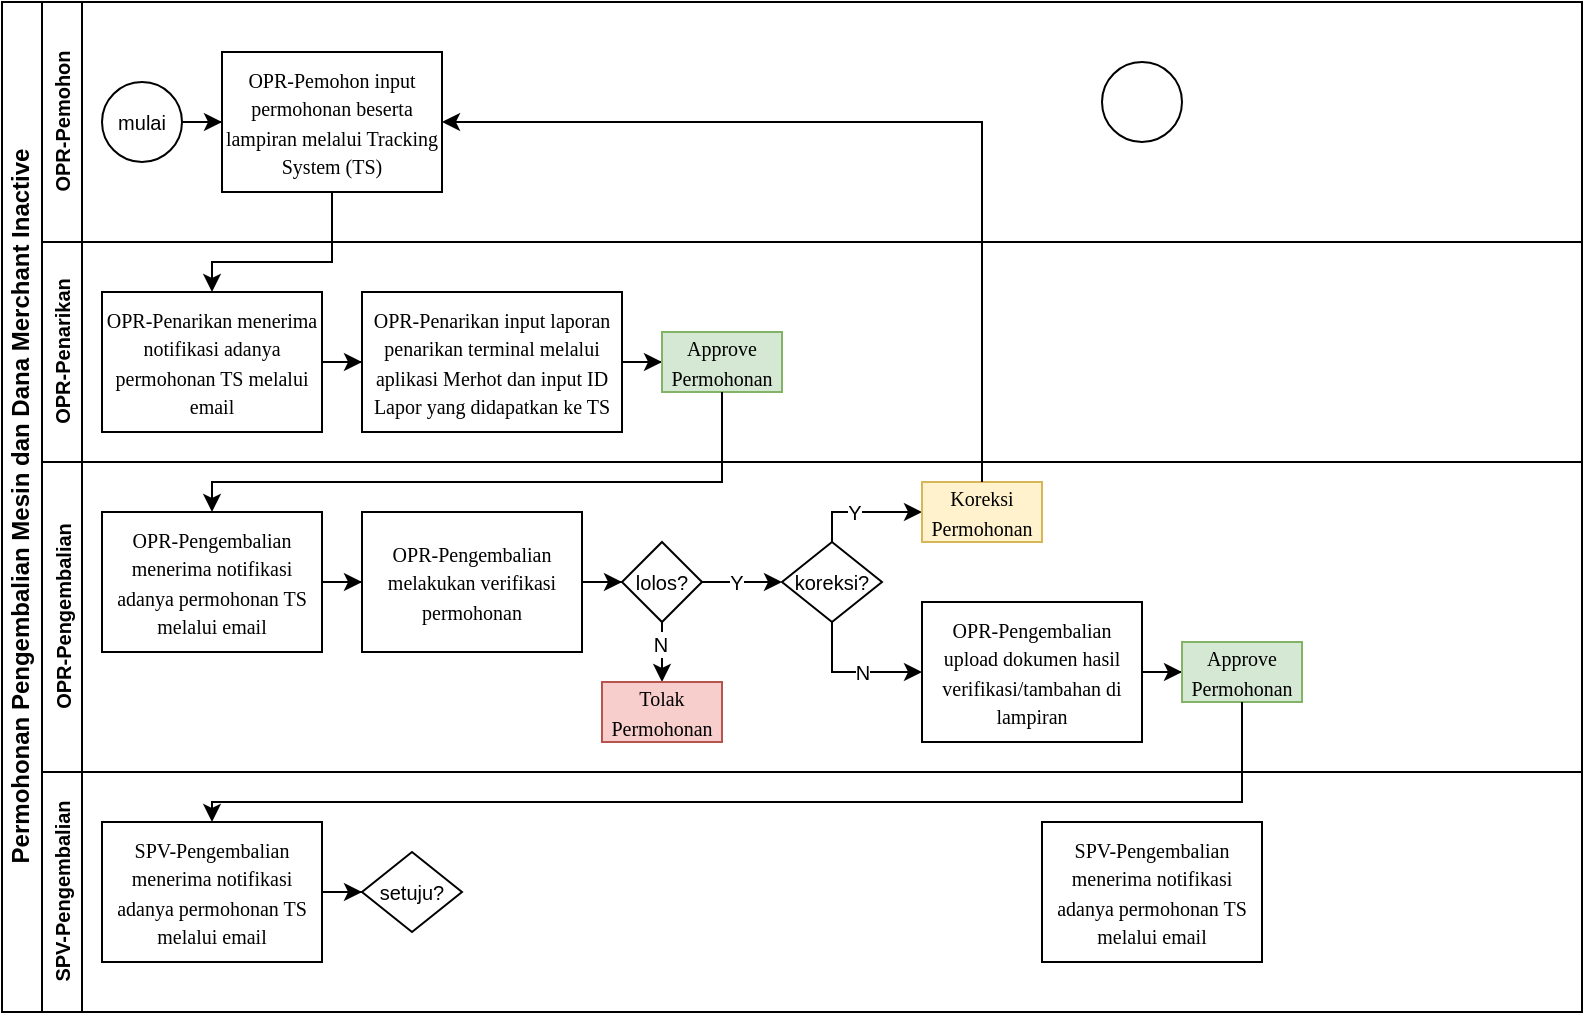
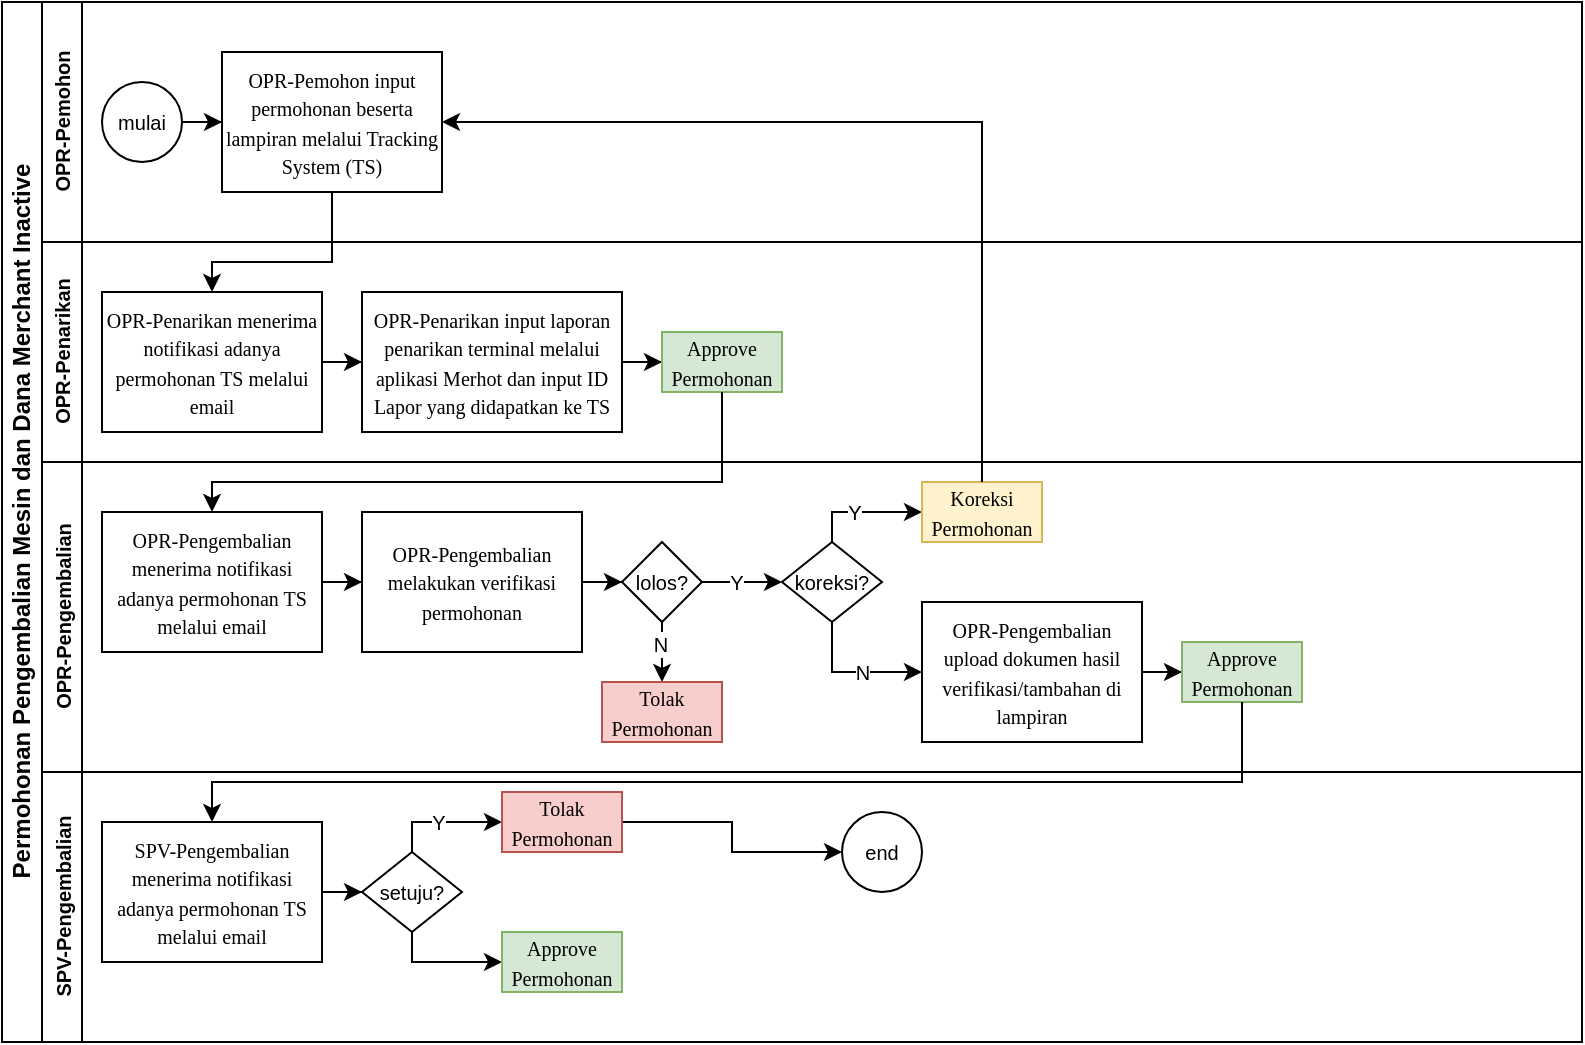
<mxfile host="app.diagrams.net" agent="Mozilla/5.0 (Windows NT 10.0; Win64; x64) AppleWebKit/537.36 (KHTML, like Gecko) Chrome/126.0.0.0 Safari/537.36" version="29.5.4">
  <diagram id="prtHgNgQTEPvFCAcTncT" name="Page-1">
-     <mxGraphModel dx="683" dy="432" grid="1" gridSize="10" guides="1" tooltips="1" connect="1" arrows="1" fold="1" page="1" pageScale="1" pageWidth="827" pageHeight="1169" math="0" shadow="0">
+     <mxGraphModel dx="291" dy="184" grid="1" gridSize="10" guides="1" tooltips="1" connect="1" arrows="1" fold="1" page="1" pageScale="1" pageWidth="827" pageHeight="1169" math="0" shadow="0">
      <root>
        <mxCell id="0" />
        <mxCell id="1" parent="0" />
        <mxCell id="dNxyNK7c78bLwvsdeMH5-19" parent="1" style="swimlane;html=1;childLayout=stackLayout;resizeParent=1;resizeParentMax=0;horizontal=0;startSize=20;horizontalStack=0;" value="Permohonan Pengembalian Mesin dan Dana Merchant Inactive" vertex="1">
-           <mxGeometry height="505" width="790" x="120" y="120" as="geometry" />
+           <mxGeometry height="520" width="790" x="120" y="120" as="geometry" />
        </mxCell>
        <mxCell id="dNxyNK7c78bLwvsdeMH5-20" parent="dNxyNK7c78bLwvsdeMH5-19" style="swimlane;html=1;startSize=20;horizontal=0;" value="&lt;font style=&quot;font-size: 10px;&quot;&gt;OPR-Pemohon&lt;/font&gt;" vertex="1">
          <mxGeometry height="120" width="770" x="20" as="geometry" />
        </mxCell>
        <mxCell id="dNxyNK7c78bLwvsdeMH5-25" edge="1" parent="dNxyNK7c78bLwvsdeMH5-20" source="dNxyNK7c78bLwvsdeMH5-23" style="edgeStyle=orthogonalEdgeStyle;rounded=0;orthogonalLoop=1;jettySize=auto;html=1;" target="dNxyNK7c78bLwvsdeMH5-24" value="">
          <mxGeometry relative="1" as="geometry" />
        </mxCell>
        <mxCell id="dNxyNK7c78bLwvsdeMH5-23" parent="dNxyNK7c78bLwvsdeMH5-20" style="ellipse;whiteSpace=wrap;html=1;" value="&lt;font style=&quot;font-size: 10px;&quot;&gt;mulai&lt;/font&gt;" vertex="1">
          <mxGeometry height="40" width="40" x="30" y="40" as="geometry" />
        </mxCell>
        <mxCell id="dNxyNK7c78bLwvsdeMH5-24" parent="dNxyNK7c78bLwvsdeMH5-20" style="rounded=0;whiteSpace=wrap;html=1;fontFamily=Helvetica;fontSize=12;fontColor=#000000;align=center;" value="&lt;p style=&quot;margin-top: 0pt; margin-bottom: 0pt; margin-left: 0in; text-indent: 0in;&quot;&gt;&lt;font face=&quot;Calibri&quot;&gt;&lt;span style=&quot;font-size: 10px;&quot;&gt;OPR-Pemohon input permohonan beserta lampiran melalui Tracking System (TS)&lt;/span&gt;&lt;/font&gt;&lt;/p&gt;" vertex="1">
          <mxGeometry height="70" width="110" x="90" y="25" as="geometry" />
-         </mxCell>
-         <mxCell id="dNxyNK7c78bLwvsdeMH5-32" parent="dNxyNK7c78bLwvsdeMH5-20" style="ellipse;whiteSpace=wrap;html=1;" value="" vertex="1">
-           <mxGeometry height="40" width="40" x="530" y="30" as="geometry" />
        </mxCell>
        <mxCell id="NBJxpP88fzu-h1vcubgM-2" edge="1" parent="dNxyNK7c78bLwvsdeMH5-19" source="dNxyNK7c78bLwvsdeMH5-24" style="edgeStyle=orthogonalEdgeStyle;rounded=0;orthogonalLoop=1;jettySize=auto;html=1;" target="NBJxpP88fzu-h1vcubgM-1">
          <mxGeometry relative="1" as="geometry">
            <Array as="points">
              <mxPoint x="165" y="130" />
              <mxPoint x="105" y="130" />
            </Array>
          </mxGeometry>
        </mxCell>
        <mxCell id="dNxyNK7c78bLwvsdeMH5-21" parent="dNxyNK7c78bLwvsdeMH5-19" style="swimlane;html=1;startSize=20;horizontal=0;" value="&lt;font style=&quot;font-size: 10px;&quot;&gt;OPR-Penarikan&lt;/font&gt;" vertex="1">
          <mxGeometry height="110" width="770" x="20" y="120" as="geometry" />
        </mxCell>
        <mxCell id="NBJxpP88fzu-h1vcubgM-4" edge="1" parent="dNxyNK7c78bLwvsdeMH5-21" source="NBJxpP88fzu-h1vcubgM-1" style="edgeStyle=orthogonalEdgeStyle;rounded=0;orthogonalLoop=1;jettySize=auto;html=1;" target="NBJxpP88fzu-h1vcubgM-3">
          <mxGeometry relative="1" as="geometry" />
        </mxCell>
        <mxCell id="NBJxpP88fzu-h1vcubgM-1" parent="dNxyNK7c78bLwvsdeMH5-21" style="rounded=0;whiteSpace=wrap;html=1;fontFamily=Helvetica;fontSize=12;fontColor=#000000;align=center;" value="&lt;p style=&quot;margin-top: 0pt; margin-bottom: 0pt; margin-left: 0in; text-indent: 0in;&quot;&gt;&lt;font face=&quot;Calibri&quot;&gt;&lt;span style=&quot;font-size: 10px;&quot;&gt;OPR-Penarikan menerima notifikasi adanya permohonan TS melalui email&lt;/span&gt;&lt;/font&gt;&lt;/p&gt;" vertex="1">
          <mxGeometry height="70" width="110" x="30" y="25" as="geometry" />
        </mxCell>
        <mxCell id="NBJxpP88fzu-h1vcubgM-11" edge="1" parent="dNxyNK7c78bLwvsdeMH5-21" source="NBJxpP88fzu-h1vcubgM-3" style="edgeStyle=orthogonalEdgeStyle;rounded=0;orthogonalLoop=1;jettySize=auto;html=1;" target="NBJxpP88fzu-h1vcubgM-10">
          <mxGeometry relative="1" as="geometry" />
        </mxCell>
        <mxCell id="NBJxpP88fzu-h1vcubgM-3" parent="dNxyNK7c78bLwvsdeMH5-21" style="rounded=0;whiteSpace=wrap;html=1;fontFamily=Helvetica;fontSize=12;fontColor=#000000;align=center;" value="&lt;p style=&quot;margin-top: 0pt; margin-bottom: 0pt; margin-left: 0in; text-indent: 0in;&quot;&gt;&lt;font face=&quot;Calibri&quot;&gt;&lt;span style=&quot;font-size: 10px;&quot;&gt;OPR-Penarikan input laporan penarikan terminal melalui aplikasi Merhot dan input ID Lapor yang didapatkan ke TS&lt;/span&gt;&lt;/font&gt;&lt;/p&gt;" vertex="1">
          <mxGeometry height="70" width="130" x="160" y="25" as="geometry" />
        </mxCell>
        <mxCell id="NBJxpP88fzu-h1vcubgM-10" parent="dNxyNK7c78bLwvsdeMH5-21" style="rounded=0;whiteSpace=wrap;html=1;fontFamily=Helvetica;fontSize=12;align=center;fillColor=#d5e8d4;strokeColor=#82b366;" value="&lt;p style=&quot;margin-top: 0pt; margin-bottom: 0pt; margin-left: 0in; text-indent: 0in;&quot;&gt;&lt;font face=&quot;Calibri&quot;&gt;&lt;span style=&quot;font-size: 10px;&quot;&gt;Approve Permohonan&lt;/span&gt;&lt;/font&gt;&lt;/p&gt;" vertex="1">
          <mxGeometry height="30" width="60" x="310" y="45" as="geometry" />
        </mxCell>
        <mxCell id="NBJxpP88fzu-h1vcubgM-14" edge="1" parent="dNxyNK7c78bLwvsdeMH5-19" source="NBJxpP88fzu-h1vcubgM-10" style="edgeStyle=orthogonalEdgeStyle;rounded=0;orthogonalLoop=1;jettySize=auto;html=1;entryX=0.5;entryY=0;entryDx=0;entryDy=0;" target="NBJxpP88fzu-h1vcubgM-12">
          <mxGeometry relative="1" as="geometry">
            <Array as="points">
              <mxPoint x="360" y="240" />
              <mxPoint x="105" y="240" />
            </Array>
          </mxGeometry>
        </mxCell>
        <mxCell id="dNxyNK7c78bLwvsdeMH5-22" parent="dNxyNK7c78bLwvsdeMH5-19" style="swimlane;html=1;startSize=20;horizontal=0;" value="&lt;font style=&quot;font-size: 10px;&quot;&gt;OPR-Pengembalian&lt;/font&gt;" vertex="1">
          <mxGeometry height="155" width="770" x="20" y="230" as="geometry" />
        </mxCell>
        <mxCell id="NBJxpP88fzu-h1vcubgM-34" edge="1" parent="dNxyNK7c78bLwvsdeMH5-22" source="NBJxpP88fzu-h1vcubgM-12" style="edgeStyle=orthogonalEdgeStyle;rounded=0;orthogonalLoop=1;jettySize=auto;html=1;entryX=0;entryY=0.5;entryDx=0;entryDy=0;" target="NBJxpP88fzu-h1vcubgM-33">
          <mxGeometry relative="1" as="geometry" />
        </mxCell>
        <mxCell id="NBJxpP88fzu-h1vcubgM-12" parent="dNxyNK7c78bLwvsdeMH5-22" style="rounded=0;whiteSpace=wrap;html=1;fontFamily=Helvetica;fontSize=12;fontColor=#000000;align=center;" value="&lt;p style=&quot;margin-top: 0pt; margin-bottom: 0pt; margin-left: 0in; text-indent: 0in;&quot;&gt;&lt;font face=&quot;Calibri&quot;&gt;&lt;span style=&quot;font-size: 10px;&quot;&gt;OPR-Pengembalian menerima notifikasi adanya permohonan TS melalui email&lt;/span&gt;&lt;/font&gt;&lt;/p&gt;" vertex="1">
          <mxGeometry height="70" width="110" x="30" y="25" as="geometry" />
        </mxCell>
        <mxCell id="NBJxpP88fzu-h1vcubgM-35" edge="1" parent="dNxyNK7c78bLwvsdeMH5-22" source="NBJxpP88fzu-h1vcubgM-33" style="edgeStyle=orthogonalEdgeStyle;rounded=0;orthogonalLoop=1;jettySize=auto;html=1;entryX=0;entryY=0.5;entryDx=0;entryDy=0;" target="dNxyNK7c78bLwvsdeMH5-28">
          <mxGeometry relative="1" as="geometry" />
        </mxCell>
        <mxCell id="NBJxpP88fzu-h1vcubgM-33" parent="dNxyNK7c78bLwvsdeMH5-22" style="rounded=0;whiteSpace=wrap;html=1;fontFamily=Helvetica;fontSize=12;fontColor=#000000;align=center;" value="&lt;p style=&quot;margin-top: 0pt; margin-bottom: 0pt; margin-left: 0in; text-indent: 0in;&quot;&gt;&lt;font face=&quot;Calibri&quot;&gt;&lt;span style=&quot;font-size: 10px;&quot;&gt;OPR-Pengembalian melakukan verifikasi permohonan&lt;/span&gt;&lt;/font&gt;&lt;/p&gt;" vertex="1">
          <mxGeometry height="70" width="110" x="160" y="25" as="geometry" />
        </mxCell>
        <mxCell id="NBJxpP88fzu-h1vcubgM-38" edge="1" parent="dNxyNK7c78bLwvsdeMH5-22" source="dNxyNK7c78bLwvsdeMH5-28" style="edgeStyle=orthogonalEdgeStyle;rounded=0;orthogonalLoop=1;jettySize=auto;html=1;entryX=0;entryY=0.5;entryDx=0;entryDy=0;" target="NBJxpP88fzu-h1vcubgM-48">
          <mxGeometry relative="1" as="geometry" />
        </mxCell>
        <mxCell id="NBJxpP88fzu-h1vcubgM-49" connectable="0" parent="NBJxpP88fzu-h1vcubgM-38" style="edgeLabel;html=1;align=center;verticalAlign=middle;resizable=0;points=[];" value="&lt;font style=&quot;font-size: 10px;&quot;&gt;Y&lt;/font&gt;" vertex="1">
          <mxGeometry relative="1" x="-0.1633" as="geometry">
            <mxPoint as="offset" />
          </mxGeometry>
        </mxCell>
        <mxCell id="NBJxpP88fzu-h1vcubgM-50" edge="1" parent="dNxyNK7c78bLwvsdeMH5-22" source="dNxyNK7c78bLwvsdeMH5-28" style="edgeStyle=orthogonalEdgeStyle;rounded=0;orthogonalLoop=1;jettySize=auto;html=1;entryX=0.5;entryY=0;entryDx=0;entryDy=0;" target="NBJxpP88fzu-h1vcubgM-37">
          <mxGeometry relative="1" as="geometry" />
        </mxCell>
        <mxCell id="NBJxpP88fzu-h1vcubgM-54" connectable="0" parent="NBJxpP88fzu-h1vcubgM-50" style="edgeLabel;html=1;align=center;verticalAlign=middle;resizable=0;points=[];" value="&lt;font style=&quot;font-size: 10px;&quot;&gt;N&lt;/font&gt;" vertex="1">
          <mxGeometry relative="1" x="0.2388" y="-1" as="geometry">
            <mxPoint as="offset" />
          </mxGeometry>
        </mxCell>
        <mxCell id="dNxyNK7c78bLwvsdeMH5-28" parent="dNxyNK7c78bLwvsdeMH5-22" style="rhombus;whiteSpace=wrap;html=1;fontFamily=Helvetica;fontSize=12;fontColor=#000000;align=center;" value="&lt;font style=&quot;font-size: 10px;&quot;&gt;lolos?&lt;/font&gt;" vertex="1">
          <mxGeometry height="40" width="40" x="290" y="40" as="geometry" />
        </mxCell>
        <mxCell id="NBJxpP88fzu-h1vcubgM-37" parent="dNxyNK7c78bLwvsdeMH5-22" style="rounded=0;whiteSpace=wrap;html=1;fontFamily=Helvetica;fontSize=12;align=center;fillColor=#f8cecc;strokeColor=#b85450;" value="&lt;p style=&quot;margin-top: 0pt; margin-bottom: 0pt; margin-left: 0in; text-indent: 0in;&quot;&gt;&lt;font face=&quot;Calibri&quot;&gt;&lt;span style=&quot;font-size: 10px;&quot;&gt;Tolak Permohonan&lt;/span&gt;&lt;/font&gt;&lt;/p&gt;" vertex="1">
          <mxGeometry height="30" width="60" x="280" y="110" as="geometry" />
        </mxCell>
        <mxCell id="NBJxpP88fzu-h1vcubgM-55" edge="1" parent="dNxyNK7c78bLwvsdeMH5-22" source="NBJxpP88fzu-h1vcubgM-48" style="edgeStyle=orthogonalEdgeStyle;rounded=0;orthogonalLoop=1;jettySize=auto;html=1;entryX=0;entryY=0.5;entryDx=0;entryDy=0;exitX=0.5;exitY=0;exitDx=0;exitDy=0;" target="NBJxpP88fzu-h1vcubgM-46">
          <mxGeometry relative="1" as="geometry">
            <Array as="points">
              <mxPoint x="395" y="25" />
            </Array>
          </mxGeometry>
        </mxCell>
        <mxCell id="NBJxpP88fzu-h1vcubgM-56" connectable="0" parent="NBJxpP88fzu-h1vcubgM-55" style="edgeLabel;html=1;align=center;verticalAlign=middle;resizable=0;points=[];" value="&lt;font style=&quot;font-size: 10px;&quot;&gt;Y&lt;/font&gt;" vertex="1">
          <mxGeometry relative="1" x="-0.1288" y="-2" as="geometry">
            <mxPoint y="-2" as="offset" />
          </mxGeometry>
        </mxCell>
        <mxCell id="NBJxpP88fzu-h1vcubgM-59" edge="1" parent="dNxyNK7c78bLwvsdeMH5-22" source="NBJxpP88fzu-h1vcubgM-48" style="edgeStyle=orthogonalEdgeStyle;rounded=0;orthogonalLoop=1;jettySize=auto;html=1;entryX=0;entryY=0.5;entryDx=0;entryDy=0;exitX=0.5;exitY=1;exitDx=0;exitDy=0;" target="NBJxpP88fzu-h1vcubgM-61">
          <mxGeometry relative="1" as="geometry" />
        </mxCell>
        <mxCell id="NBJxpP88fzu-h1vcubgM-60" connectable="0" parent="NBJxpP88fzu-h1vcubgM-59" style="edgeLabel;html=1;align=center;verticalAlign=middle;resizable=0;points=[];" value="&lt;font style=&quot;font-size: 10px;&quot;&gt;N&lt;/font&gt;" vertex="1">
          <mxGeometry relative="1" x="-0.7527" y="-2" as="geometry">
            <mxPoint x="17" y="16" as="offset" />
          </mxGeometry>
        </mxCell>
        <mxCell id="NBJxpP88fzu-h1vcubgM-48" parent="dNxyNK7c78bLwvsdeMH5-22" style="rhombus;whiteSpace=wrap;html=1;fontFamily=Helvetica;fontSize=12;fontColor=#000000;align=center;" value="&lt;font style=&quot;font-size: 10px;&quot;&gt;koreksi?&lt;/font&gt;" vertex="1">
          <mxGeometry height="40" width="50" x="370" y="40" as="geometry" />
        </mxCell>
        <mxCell id="NBJxpP88fzu-h1vcubgM-46" parent="dNxyNK7c78bLwvsdeMH5-22" style="rounded=0;whiteSpace=wrap;html=1;fontFamily=Helvetica;fontSize=12;align=center;fillColor=#fff2cc;strokeColor=#d6b656;" value="&lt;p style=&quot;margin-top: 0pt; margin-bottom: 0pt; margin-left: 0in; text-indent: 0in;&quot;&gt;&lt;font face=&quot;Calibri&quot;&gt;&lt;span style=&quot;font-size: 10px;&quot;&gt;Koreksi Permohonan&lt;/span&gt;&lt;/font&gt;&lt;/p&gt;" vertex="1">
          <mxGeometry height="30" width="60" x="440" y="10" as="geometry" />
        </mxCell>
        <mxCell id="NBJxpP88fzu-h1vcubgM-62" edge="1" parent="dNxyNK7c78bLwvsdeMH5-22" source="NBJxpP88fzu-h1vcubgM-61" style="edgeStyle=orthogonalEdgeStyle;rounded=0;orthogonalLoop=1;jettySize=auto;html=1;entryX=0;entryY=0.5;entryDx=0;entryDy=0;" target="NBJxpP88fzu-h1vcubgM-58">
          <mxGeometry relative="1" as="geometry" />
        </mxCell>
        <mxCell id="NBJxpP88fzu-h1vcubgM-61" parent="dNxyNK7c78bLwvsdeMH5-22" style="rounded=0;whiteSpace=wrap;html=1;fontFamily=Helvetica;fontSize=12;fontColor=#000000;align=center;" value="&lt;p style=&quot;margin-top: 0pt; margin-bottom: 0pt; margin-left: 0in; text-indent: 0in;&quot;&gt;&lt;font face=&quot;Calibri&quot;&gt;&lt;span style=&quot;font-size: 10px;&quot;&gt;OPR-Pengembalian upload dokumen hasil verifikasi/tambahan di lampiran&lt;/span&gt;&lt;/font&gt;&lt;/p&gt;" vertex="1">
          <mxGeometry height="70" width="110" x="440" y="70" as="geometry" />
        </mxCell>
        <mxCell id="NBJxpP88fzu-h1vcubgM-58" parent="dNxyNK7c78bLwvsdeMH5-22" style="rounded=0;whiteSpace=wrap;html=1;fontFamily=Helvetica;fontSize=12;align=center;fillColor=#d5e8d4;strokeColor=#82b366;" value="&lt;p style=&quot;margin-top: 0pt; margin-bottom: 0pt; margin-left: 0in; text-indent: 0in;&quot;&gt;&lt;font face=&quot;Calibri&quot;&gt;&lt;span style=&quot;font-size: 10px;&quot;&gt;Approve Permohonan&lt;/span&gt;&lt;/font&gt;&lt;/p&gt;" vertex="1">
          <mxGeometry height="30" width="60" x="570" y="90" as="geometry" />
        </mxCell>
        <mxCell id="NBJxpP88fzu-h1vcubgM-57" edge="1" parent="dNxyNK7c78bLwvsdeMH5-19" source="NBJxpP88fzu-h1vcubgM-46" style="edgeStyle=orthogonalEdgeStyle;rounded=0;orthogonalLoop=1;jettySize=auto;html=1;entryX=1;entryY=0.5;entryDx=0;entryDy=0;exitX=0.5;exitY=0;exitDx=0;exitDy=0;" target="dNxyNK7c78bLwvsdeMH5-24">
          <mxGeometry relative="1" as="geometry">
            <Array as="points">
              <mxPoint x="490" y="60" />
            </Array>
          </mxGeometry>
        </mxCell>
        <mxCell id="NBJxpP88fzu-h1vcubgM-39" parent="dNxyNK7c78bLwvsdeMH5-19" style="swimlane;html=1;startSize=20;horizontal=0;" value="&lt;font style=&quot;font-size: 10px;&quot;&gt;SPV-Pengembalian&lt;/font&gt;" vertex="1">
-           <mxGeometry height="120" width="770" x="20" y="385" as="geometry" />
+           <mxGeometry height="135" width="770" x="20" y="385" as="geometry" />
        </mxCell>
        <mxCell id="NBJxpP88fzu-h1vcubgM-68" edge="1" parent="NBJxpP88fzu-h1vcubgM-39" source="NBJxpP88fzu-h1vcubgM-63" style="edgeStyle=orthogonalEdgeStyle;rounded=0;orthogonalLoop=1;jettySize=auto;html=1;entryX=0;entryY=0.5;entryDx=0;entryDy=0;" target="NBJxpP88fzu-h1vcubgM-66">
          <mxGeometry relative="1" as="geometry" />
        </mxCell>
        <mxCell id="NBJxpP88fzu-h1vcubgM-63" parent="NBJxpP88fzu-h1vcubgM-39" style="rounded=0;whiteSpace=wrap;html=1;fontFamily=Helvetica;fontSize=12;fontColor=#000000;align=center;" value="&lt;p style=&quot;margin-top: 0pt; margin-bottom: 0pt; margin-left: 0in; text-indent: 0in;&quot;&gt;&lt;font face=&quot;Calibri&quot;&gt;&lt;span style=&quot;font-size: 10px;&quot;&gt;SPV-Pengembalian menerima notifikasi adanya permohonan TS melalui email&lt;/span&gt;&lt;/font&gt;&lt;/p&gt;" vertex="1">
          <mxGeometry height="70" width="110" x="30" y="25" as="geometry" />
        </mxCell>
-         <mxCell id="NBJxpP88fzu-h1vcubgM-65" parent="NBJxpP88fzu-h1vcubgM-39" style="rounded=0;whiteSpace=wrap;html=1;fontFamily=Helvetica;fontSize=12;fontColor=#000000;align=center;" value="&lt;p style=&quot;margin-top: 0pt; margin-bottom: 0pt; margin-left: 0in; text-indent: 0in;&quot;&gt;&lt;font face=&quot;Calibri&quot;&gt;&lt;span style=&quot;font-size: 10px;&quot;&gt;SPV-Pengembalian menerima notifikasi adanya permohonan TS melalui email&lt;/span&gt;&lt;/font&gt;&lt;/p&gt;" vertex="1">
-           <mxGeometry height="70" width="110" x="500" y="25" as="geometry" />
+         <mxCell id="NBJxpP88fzu-h1vcubgM-70" edge="1" parent="NBJxpP88fzu-h1vcubgM-39" source="NBJxpP88fzu-h1vcubgM-66" style="edgeStyle=orthogonalEdgeStyle;rounded=0;orthogonalLoop=1;jettySize=auto;html=1;entryX=0;entryY=0.5;entryDx=0;entryDy=0;exitX=0.5;exitY=0;exitDx=0;exitDy=0;" target="NBJxpP88fzu-h1vcubgM-69">
+           <mxGeometry relative="1" as="geometry">
+             <Array as="points">
+               <mxPoint x="185" y="25" />
+             </Array>
+           </mxGeometry>
+         </mxCell>
+         <mxCell id="NBJxpP88fzu-h1vcubgM-74" connectable="0" parent="NBJxpP88fzu-h1vcubgM-70" style="edgeLabel;html=1;align=center;verticalAlign=middle;resizable=0;points=[];" value="&lt;font style=&quot;font-size: 10px;&quot;&gt;Y&lt;/font&gt;" vertex="1">
+           <mxGeometry relative="1" x="-0.0868" as="geometry">
+             <mxPoint as="offset" />
+           </mxGeometry>
+         </mxCell>
+         <mxCell id="NBJxpP88fzu-h1vcubgM-75" edge="1" parent="NBJxpP88fzu-h1vcubgM-39" source="NBJxpP88fzu-h1vcubgM-66" style="edgeStyle=orthogonalEdgeStyle;rounded=0;orthogonalLoop=1;jettySize=auto;html=1;entryX=0;entryY=0.5;entryDx=0;entryDy=0;" target="NBJxpP88fzu-h1vcubgM-71">
+           <mxGeometry relative="1" as="geometry">
+             <Array as="points">
+               <mxPoint x="185" y="95" />
+             </Array>
+           </mxGeometry>
        </mxCell>
        <mxCell id="NBJxpP88fzu-h1vcubgM-66" parent="NBJxpP88fzu-h1vcubgM-39" style="rhombus;whiteSpace=wrap;html=1;fontFamily=Helvetica;fontSize=12;fontColor=#000000;align=center;" value="&lt;font style=&quot;font-size: 10px;&quot;&gt;setuju?&lt;/font&gt;" vertex="1">
          <mxGeometry height="40" width="50" x="160" y="40" as="geometry" />
        </mxCell>
+         <mxCell id="NBJxpP88fzu-h1vcubgM-72" edge="1" parent="NBJxpP88fzu-h1vcubgM-39" source="NBJxpP88fzu-h1vcubgM-69" style="edgeStyle=orthogonalEdgeStyle;rounded=0;orthogonalLoop=1;jettySize=auto;html=1;entryX=0;entryY=0.5;entryDx=0;entryDy=0;" target="dNxyNK7c78bLwvsdeMH5-32">
+           <mxGeometry relative="1" as="geometry" />
+         </mxCell>
+         <mxCell id="NBJxpP88fzu-h1vcubgM-69" parent="NBJxpP88fzu-h1vcubgM-39" style="rounded=0;whiteSpace=wrap;html=1;fontFamily=Helvetica;fontSize=12;align=center;fillColor=#f8cecc;strokeColor=#b85450;" value="&lt;p style=&quot;margin-top: 0pt; margin-bottom: 0pt; margin-left: 0in; text-indent: 0in;&quot;&gt;&lt;font face=&quot;Calibri&quot;&gt;&lt;span style=&quot;font-size: 10px;&quot;&gt;Tolak Permohonan&lt;/span&gt;&lt;/font&gt;&lt;/p&gt;" vertex="1">
+           <mxGeometry height="30" width="60" x="230" y="10" as="geometry" />
+         </mxCell>
+         <mxCell id="NBJxpP88fzu-h1vcubgM-71" parent="NBJxpP88fzu-h1vcubgM-39" style="rounded=0;whiteSpace=wrap;html=1;fontFamily=Helvetica;fontSize=12;align=center;fillColor=#d5e8d4;strokeColor=#82b366;" value="&lt;p style=&quot;margin-top: 0pt; margin-bottom: 0pt; margin-left: 0in; text-indent: 0in;&quot;&gt;&lt;font face=&quot;Calibri&quot;&gt;&lt;span style=&quot;font-size: 10px;&quot;&gt;Approve Permohonan&lt;/span&gt;&lt;/font&gt;&lt;/p&gt;" vertex="1">
+           <mxGeometry height="30" width="60" x="230" y="80" as="geometry" />
+         </mxCell>
+         <mxCell id="dNxyNK7c78bLwvsdeMH5-32" parent="NBJxpP88fzu-h1vcubgM-39" style="ellipse;whiteSpace=wrap;html=1;" value="&lt;font style=&quot;font-size: 10px;&quot;&gt;end&lt;/font&gt;" vertex="1">
+           <mxGeometry height="40" width="40" x="400" y="20" as="geometry" />
+         </mxCell>
        <mxCell id="NBJxpP88fzu-h1vcubgM-64" edge="1" parent="dNxyNK7c78bLwvsdeMH5-19" source="NBJxpP88fzu-h1vcubgM-58" style="edgeStyle=orthogonalEdgeStyle;rounded=0;orthogonalLoop=1;jettySize=auto;html=1;" target="NBJxpP88fzu-h1vcubgM-63">
          <mxGeometry relative="1" as="geometry">
            <Array as="points">
-               <mxPoint x="620" y="400" />
-               <mxPoint x="105" y="400" />
+               <mxPoint x="620" y="390" />
+               <mxPoint x="105" y="390" />
            </Array>
          </mxGeometry>
        </mxCell>
      </root>
    </mxGraphModel>
  </diagram>
</mxfile>
